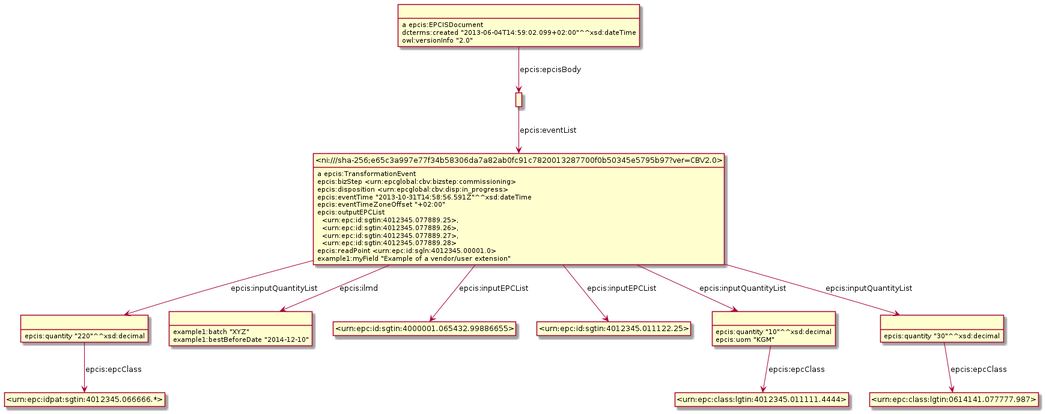
The PlantUML diagram Diagrams/Example_9.6.4-TransformationEvent.png in gs1/EPCIS, before a commit.
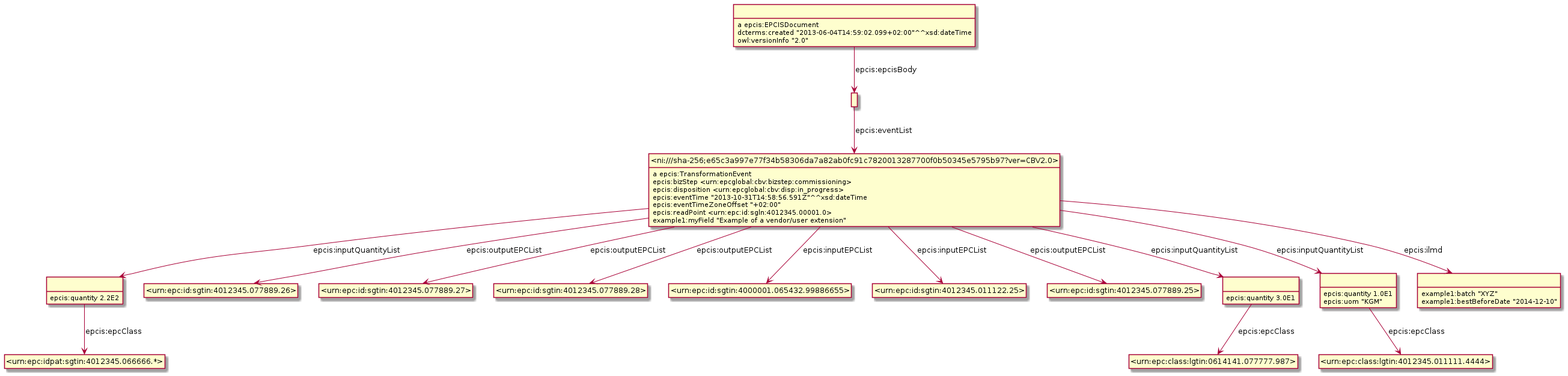
After the change.

What changed in the source:
```diff
@@ -3,44 +3,51 @@
 hide empty attributes
 hide circle
 skinparam classAttributeIconSize 0
-class _r1623326373r0_ as " "
-_r1623326373r0_ : a epcis:EPCISDocument
-class _r1623326373r1_ as " "
-_r1623326373r0_ -down-> _r1623326373r1_ : epcis:epcisBody
-_r1623326373r0_ : dcterms:created "2013-06-04T14:59:02.099+02:00"^^xsd:dateTime
-_r1623326373r0_ : owl:versionInfo "2.0"
-class _r1623326373r3_ as " "
+class _r1623934082r4_ as " "
 class _urn_epc_idpat_sgtin_4012345_066666_ as "<urn:epc:idpat:sgtin:4012345.066666.*>"
-_r1623326373r3_ -down-> _urn_epc_idpat_sgtin_4012345_066666_ : epcis:epcClass
-_r1623326373r3_ : epcis:quantity "220"^^xsd:decimal
-class _r1623326373r2_ as " "
-_r1623326373r2_ : example1:batch "XYZ"
-_r1623326373r2_ : example1:bestBeforeDate "2014-12-10"
+_r1623934082r4_ -down-> _urn_epc_idpat_sgtin_4012345_066666_ : epcis:epcClass
+_r1623934082r4_ : epcis:quantity 2.2E2
 class _ni_sha_256_e65c3a997e77f34b58306da7a82ab0fc91c7820013287700f0b50345e5795b97_ver_CBV2_0_ as "<ni:///sha-256;e65c3a997e77f34b58306da7a82ab0fc91c7820013287700f0b50345e5795b97?ver=CBV2.0>"
 _ni_sha_256_e65c3a997e77f34b58306da7a82ab0fc91c7820013287700f0b50345e5795b97_ver_CBV2_0_ : a epcis:TransformationEvent
+class _urn_epc_id_sgtin_4012345_077889_26_ as "<urn:epc:id:sgtin:4012345.077889.26>"
+_ni_sha_256_e65c3a997e77f34b58306da7a82ab0fc91c7820013287700f0b50345e5795b97_ver_CBV2_0_ -down-> _urn_epc_id_sgtin_4012345_077889_26_ : epcis:outputEPCList
+class _urn_epc_id_sgtin_4012345_077889_27_ as "<urn:epc:id:sgtin:4012345.077889.27>"
+_ni_sha_256_e65c3a997e77f34b58306da7a82ab0fc91c7820013287700f0b50345e5795b97_ver_CBV2_0_ -down-> _urn_epc_id_sgtin_4012345_077889_27_ : epcis:outputEPCList
+class _urn_epc_id_sgtin_4012345_077889_28_ as "<urn:epc:id:sgtin:4012345.077889.28>"
+_ni_sha_256_e65c3a997e77f34b58306da7a82ab0fc91c7820013287700f0b50345e5795b97_ver_CBV2_0_ -down-> _urn_epc_id_sgtin_4012345_077889_28_ : epcis:outputEPCList
 class _urn_epc_id_sgtin_4000001_065432_99886655_ as "<urn:epc:id:sgtin:4000001.065432.99886655>"
 _ni_sha_256_e65c3a997e77f34b58306da7a82ab0fc91c7820013287700f0b50345e5795b97_ver_CBV2_0_ -down-> _urn_epc_id_sgtin_4000001_065432_99886655_ : epcis:inputEPCList
 class _urn_epc_id_sgtin_4012345_011122_25_ as "<urn:epc:id:sgtin:4012345.011122.25>"
 _ni_sha_256_e65c3a997e77f34b58306da7a82ab0fc91c7820013287700f0b50345e5795b97_ver_CBV2_0_ -down-> _urn_epc_id_sgtin_4012345_011122_25_ : epcis:inputEPCList
-class _r1623326373r4_ as " "
-_ni_sha_256_e65c3a997e77f34b58306da7a82ab0fc91c7820013287700f0b50345e5795b97_ver_CBV2_0_ -down-> _r1623326373r4_ : epcis:inputQuantityList
-_ni_sha_256_e65c3a997e77f34b58306da7a82ab0fc91c7820013287700f0b50345e5795b97_ver_CBV2_0_ -down-> _r1623326373r3_ : epcis:inputQuantityList
-_ni_sha_256_e65c3a997e77f34b58306da7a82ab0fc91c7820013287700f0b50345e5795b97_ver_CBV2_0_ -down-> _r1623326373r2_ : epcis:ilmd
-class _r1623326373r5_ as " "
-_ni_sha_256_e65c3a997e77f34b58306da7a82ab0fc91c7820013287700f0b50345e5795b97_ver_CBV2_0_ -down-> _r1623326373r5_ : epcis:inputQuantityList
+class _urn_epc_id_sgtin_4012345_077889_25_ as "<urn:epc:id:sgtin:4012345.077889.25>"
+_ni_sha_256_e65c3a997e77f34b58306da7a82ab0fc91c7820013287700f0b50345e5795b97_ver_CBV2_0_ -down-> _urn_epc_id_sgtin_4012345_077889_25_ : epcis:outputEPCList
+class _r1623934082r3_ as " "
+_ni_sha_256_e65c3a997e77f34b58306da7a82ab0fc91c7820013287700f0b50345e5795b97_ver_CBV2_0_ -down-> _r1623934082r3_ : epcis:inputQuantityList
+class _r1623934082r5_ as " "
+_ni_sha_256_e65c3a997e77f34b58306da7a82ab0fc91c7820013287700f0b50345e5795b97_ver_CBV2_0_ -down-> _r1623934082r5_ : epcis:inputQuantityList
+class _r1623934082r2_ as " "
+_ni_sha_256_e65c3a997e77f34b58306da7a82ab0fc91c7820013287700f0b50345e5795b97_ver_CBV2_0_ -down-> _r1623934082r2_ : epcis:ilmd
+_ni_sha_256_e65c3a997e77f34b58306da7a82ab0fc91c7820013287700f0b50345e5795b97_ver_CBV2_0_ -down-> _r1623934082r4_ : epcis:inputQuantityList
 _ni_sha_256_e65c3a997e77f34b58306da7a82ab0fc91c7820013287700f0b50345e5795b97_ver_CBV2_0_ : epcis:bizStep <urn:epcglobal:cbv:bizstep:commissioning>
 _ni_sha_256_e65c3a997e77f34b58306da7a82ab0fc91c7820013287700f0b50345e5795b97_ver_CBV2_0_ : epcis:disposition <urn:epcglobal:cbv:disp:in_progress>
 _ni_sha_256_e65c3a997e77f34b58306da7a82ab0fc91c7820013287700f0b50345e5795b97_ver_CBV2_0_ : epcis:eventTime "2013-10-31T14:58:56.591Z"^^xsd:dateTime
 _ni_sha_256_e65c3a997e77f34b58306da7a82ab0fc91c7820013287700f0b50345e5795b97_ver_CBV2_0_ : epcis:eventTimeZoneOffset "+02:00"
-_ni_sha_256_e65c3a997e77f34b58306da7a82ab0fc91c7820013287700f0b50345e5795b97_ver_CBV2_0_ : epcis:outputEPCList\n  <urn:epc:id:sgtin:4012345.077889.25>,\n  <urn:epc:id:sgtin:4012345.077889.26>,\n  <urn:epc:id:sgtin:4012345.077889.27>,\n  <urn:epc:id:sgtin:4012345.077889.28>
 _ni_sha_256_e65c3a997e77f34b58306da7a82ab0fc91c7820013287700f0b50345e5795b97_ver_CBV2_0_ : epcis:readPoint <urn:epc:id:sgln:4012345.00001.0>
 _ni_sha_256_e65c3a997e77f34b58306da7a82ab0fc91c7820013287700f0b50345e5795b97_ver_CBV2_0_ : example1:myField "Example of a vendor/user extension"
+class _urn_epc_class_lgtin_0614141_077777_987_ as "<urn:epc:class:lgtin:0614141.077777.987>"
+_r1623934082r3_ -down-> _urn_epc_class_lgtin_0614141_077777_987_ : epcis:epcClass
+_r1623934082r3_ : epcis:quantity 3.0E1
 class _urn_epc_class_lgtin_4012345_011111_4444_ as "<urn:epc:class:lgtin:4012345.011111.4444>"
-_r1623326373r4_ -down-> _urn_epc_class_lgtin_4012345_011111_4444_ : epcis:epcClass
-_r1623326373r4_ : epcis:quantity "10"^^xsd:decimal
-_r1623326373r4_ : epcis:uom "KGM"
-class _urn_epc_class_lgtin_0614141_077777_987_ as "<urn:epc:class:lgtin:0614141.077777.987>"
-_r1623326373r5_ -down-> _urn_epc_class_lgtin_0614141_077777_987_ : epcis:epcClass
-_r1623326373r5_ : epcis:quantity "30"^^xsd:decimal
-_r1623326373r1_ -down-> _ni_sha_256_e65c3a997e77f34b58306da7a82ab0fc91c7820013287700f0b50345e5795b97_ver_CBV2_0_ : epcis:eventList
+_r1623934082r5_ -down-> _urn_epc_class_lgtin_4012345_011111_4444_ : epcis:epcClass
+_r1623934082r5_ : epcis:quantity 1.0E1
+_r1623934082r5_ : epcis:uom "KGM"
+class _r1623934082r0_ as " "
+_r1623934082r0_ : a epcis:EPCISDocument
+class _r1623934082r1_ as " "
+_r1623934082r0_ -down-> _r1623934082r1_ : epcis:epcisBody
+_r1623934082r0_ : dcterms:created "2013-06-04T14:59:02.099+02:00"^^xsd:dateTime
+_r1623934082r0_ : owl:versionInfo "2.0"
+_r1623934082r1_ -down-> _ni_sha_256_e65c3a997e77f34b58306da7a82ab0fc91c7820013287700f0b50345e5795b97_ver_CBV2_0_ : epcis:eventList
+_r1623934082r2_ : example1:batch "XYZ"
+_r1623934082r2_ : example1:bestBeforeDate "2014-12-10"
 @enduml
```
